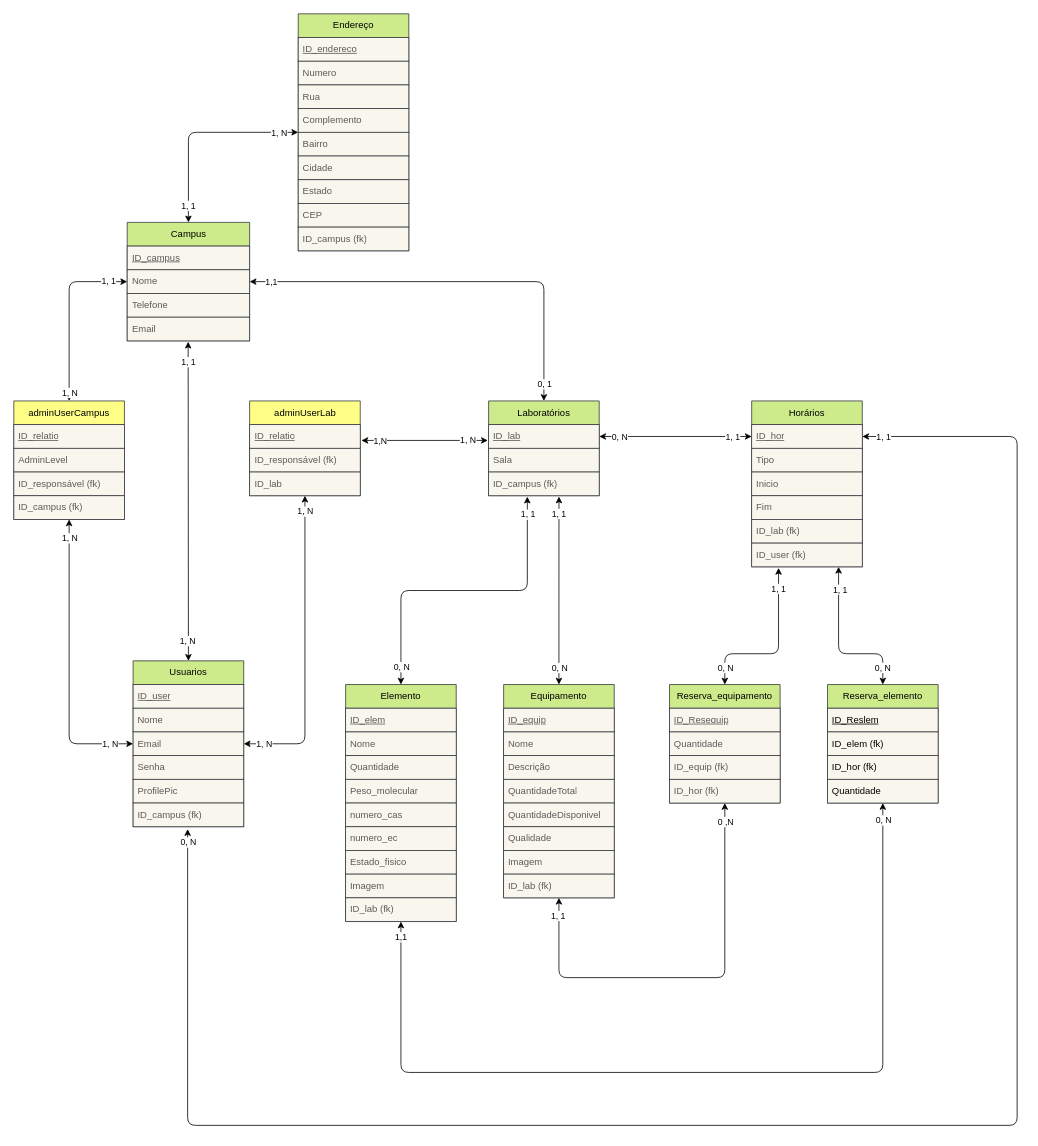
This is database/iflab.drawio from MatheusCamargoGinebro/APIFlab, a draw.io file, before an edit. Source tidied: cells renumbered, new cells numbered last; positions are measured from the earlier drawing's top-left corner, leaving out a move shared by most shapes. Both pictures are drawn from the tidied source at 79%, with x=0, y=0 at pixel (13, 13).
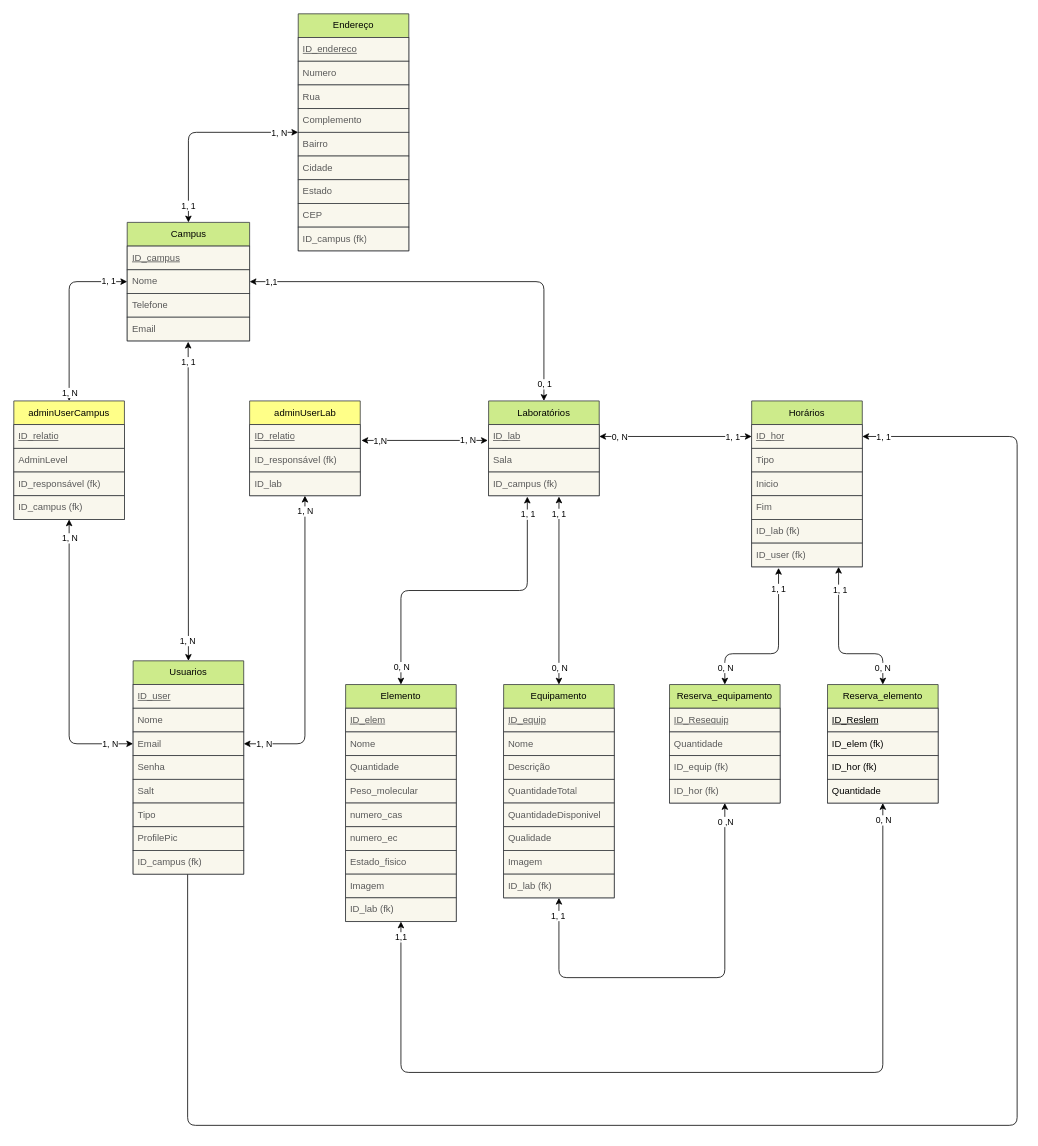
Above is the later version.

Diff of the diagram source:
```diff
@@
     <mxCell id="11" value="Usuarios" style="swimlane;fontStyle=0;horizontal=1;startSize=30;whiteSpace=wrap;html=1;fillColor=#cdeb8b;strokeColor=#36393d;fontColor=#000000;" parent="1" vertex="1">
-      <mxGeometry x="151" y="819" width="140" height="210" as="geometry" />
+      <mxGeometry x="151" y="819" width="140" height="270" as="geometry" />
     </mxCell>
@@
+    <mxCell id="118" value="Salt" style="text;strokeColor=#36393d;fillColor=#f9f7ed;align=left;verticalAlign=middle;spacingLeft=4;spacingRight=4;overflow=hidden;whiteSpace=wrap;html=1;fontColor=#595959;" parent="11" vertex="1">
+      <mxGeometry y="150" width="140" height="30" as="geometry" />
+    </mxCell>
-    <mxCell id="16" value="ProfilePic" style="text;strokeColor=#36393d;fillColor=#f9f7ed;align=left;verticalAlign=middle;spacingLeft=4;spacingRight=4;overflow=hidden;whiteSpace=wrap;html=1;fontColor=#595959;" parent="11" vertex="1">
-      <mxGeometry y="150" width="140" height="30" as="geometry" />
+    <mxCell id="16" value="Tipo" style="text;strokeColor=#36393d;fillColor=#f9f7ed;align=left;verticalAlign=middle;spacingLeft=4;spacingRight=4;overflow=hidden;whiteSpace=wrap;html=1;fontColor=#595959;" parent="11" vertex="1">
+      <mxGeometry y="180" width="140" height="30" as="geometry" />
     </mxCell>
+    <mxCell id="119" value="ProfilePic" style="text;strokeColor=#36393d;fillColor=#f9f7ed;align=left;verticalAlign=middle;spacingLeft=4;spacingRight=4;overflow=hidden;whiteSpace=wrap;html=1;fontColor=#595959;" parent="11" vertex="1">
+      <mxGeometry y="210" width="140" height="30" as="geometry" />
+    </mxCell>
     <mxCell id="17" value="ID_campus (fk)" style="text;strokeColor=#36393d;fillColor=#f9f7ed;align=left;verticalAlign=middle;spacingLeft=4;spacingRight=4;overflow=hidden;whiteSpace=wrap;html=1;fontColor=#595959;" parent="11" vertex="1">
-      <mxGeometry y="180" width="140" height="30" as="geometry" />
+      <mxGeometry y="240" width="140" height="30" as="geometry" />
     </mxCell>
```
